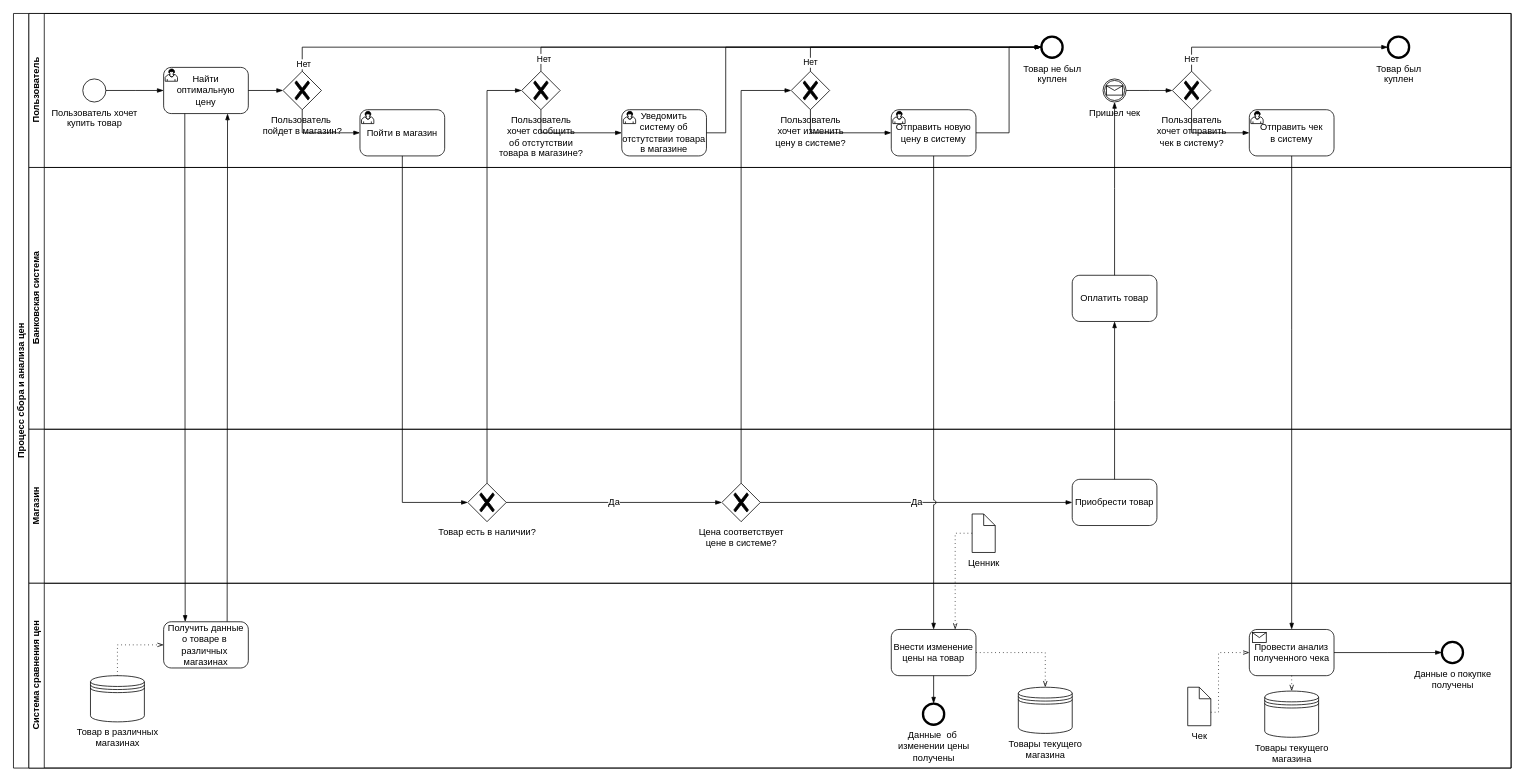
This is docs/coursework/inc/img/scheme_drawio/bpmn-system-diag.drawio from nikitalystsev/db_course, a draw.io file, before an edit. Source tidied: cells renumbered, new cells numbered last; positions are measured from the earlier drawing's top-left corner, leaving out a move shared by most shapes. Both pictures are drawn from the tidied source at 77%, with x=0, y=0 at pixel (13, 13).
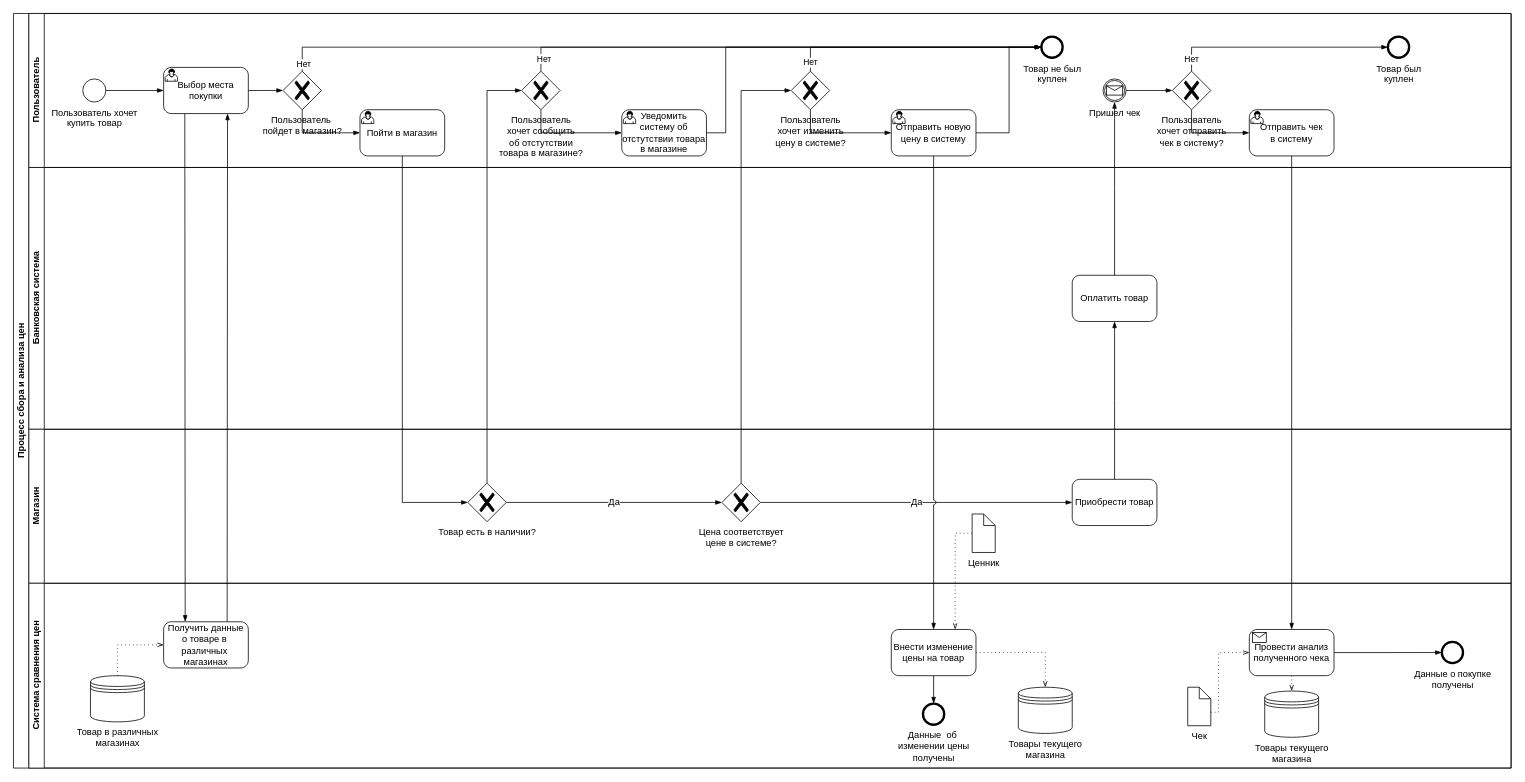
The same diagram, later.

Unchanged cells that the change refers to:
```xml
<mxCell id="3" value="Пользователь" style="swimlane;html=1;startSize=20;horizontal=0;" parent="2" vertex="1">
  <mxGeometry x="20" width="1925" height="200" as="geometry" />
</mxCell>
```

The edit, as a diff of the source:
```diff
@@
-    <mxCell id="5" value="Найти оптимальную&lt;div&gt;цену&lt;/div&gt;" style="points=[[0.25,0,0],[0.5,0,0],[0.75,0,0],[1,0.25,0],[1,0.5,0],[1,0.75,0],[0.75,1,0],[0.5,1,0],[0.25,1,0],[0,0.75,0],[0,0.5,0],[0,0.25,0]];shape=mxgraph.bpmn.task;whiteSpace=wrap;rectStyle=rounded;size=10;html=1;taskMarker=user;" parent="3" vertex="1">
+    <mxCell id="5" value="Выбор места покупки" style="points=[[0.25,0,0],[0.5,0,0],[0.75,0,0],[1,0.25,0],[1,0.5,0],[1,0.75,0],[0.75,1,0],[0.5,1,0],[0.25,1,0],[0,0.75,0],[0,0.5,0],[0,0.25,0]];shape=mxgraph.bpmn.task;whiteSpace=wrap;rectStyle=rounded;size=10;html=1;taskMarker=user;" parent="3" vertex="1">
       <mxGeometry x="175" y="70" width="110" height="60" as="geometry" />
     </mxCell>
```
